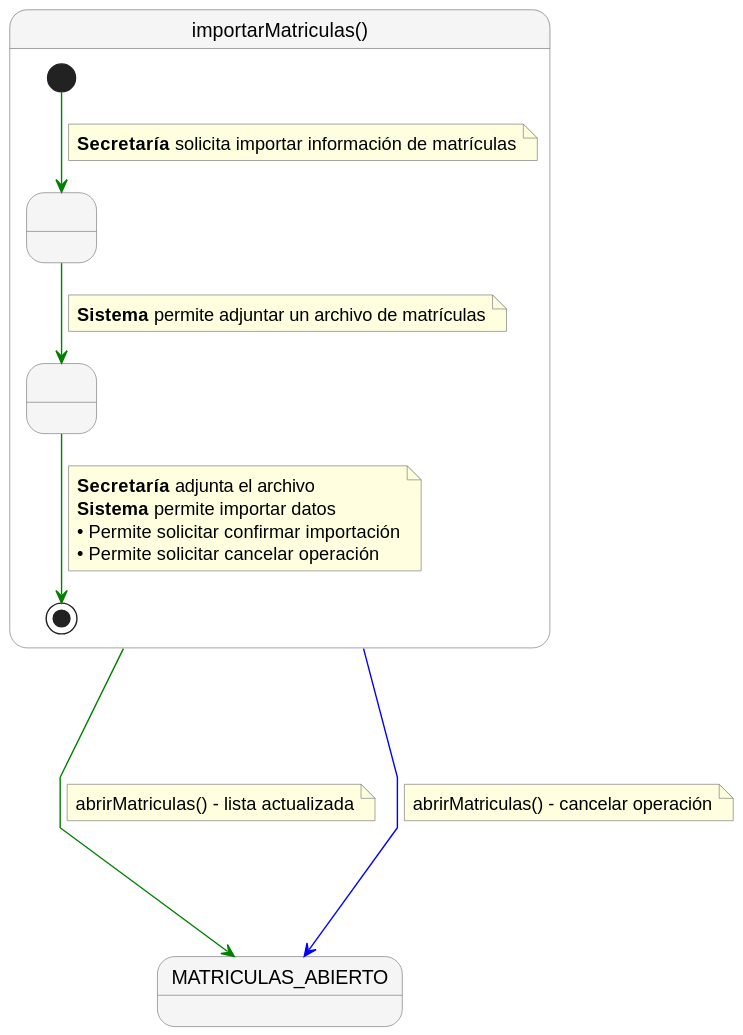
Before: documents/requisitado/02-detalle/Secretaria/importarMatriculas.svg, a diagram exported from PlantUML (jerdier/25-26-idsw2-sdVC).
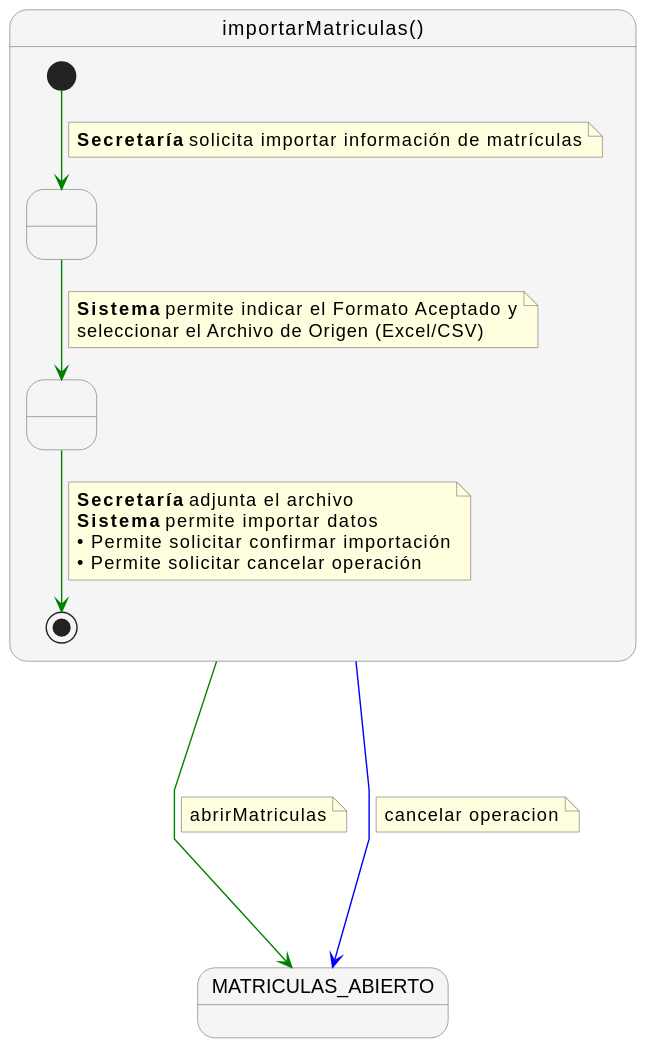
Later version of the same file.

Diff of the diagram source:
```diff
@@ -19,7 +19,8 @@
 
     Paso1 -[#green]-> Paso2
     note on link
-      <b>Sistema</b> permite adjuntar un archivo de matrículas
+      <b>Sistema</b> permite indicar el Formato Aceptado y
+      seleccionar el Archivo de Origen (Excel/CSV)
     end note
 
     Paso2 -[#green]-> [*]
@@ -35,11 +36,11 @@
 
 importarMatriculas -[#green]---> MATRICULAS_ABIERTO
 note right on link
-  abrirMatriculas() - lista actualizada
+  abrirMatriculas
 end note
 
 importarMatriculas -[#blue]---> MATRICULAS_ABIERTO
 note right on link
-  abrirMatriculas() - cancelar operación
+  cancelar operacion
 end note
 @enduml
```
